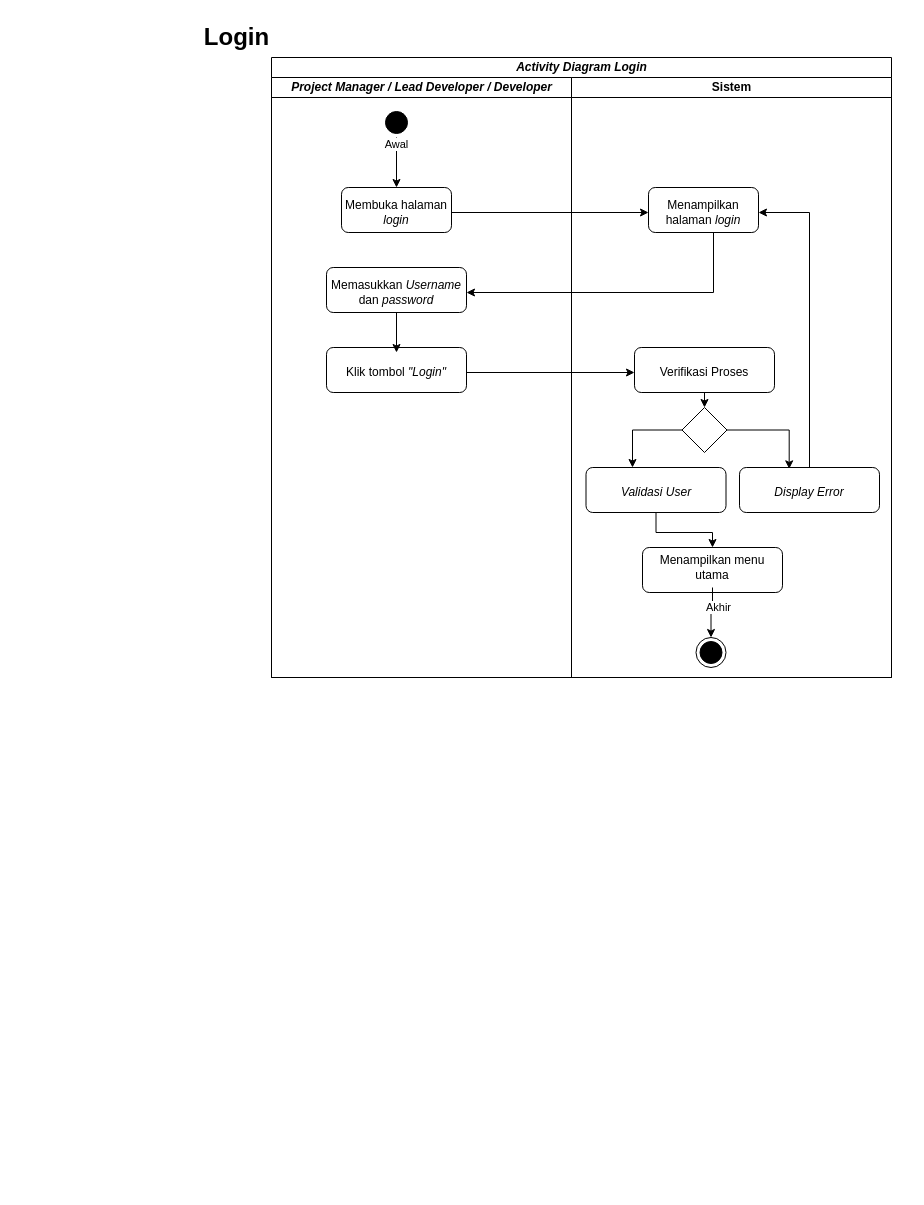
raldawiyahh/alda-resolusi keeps this draw.io diagram as page "Halaman-2" (2 of 9) of Diagram Tanpa Judul.drawio. Above is the earlier version. Source tidied: cells renumbered, new cells numbered last; positions are measured from the earlier drawing's top-left corner, leaving out a move shared by most shapes. Both pictures are drawn from the tidied source at 100%, with x=0, y=0 at pixel (186, 17).
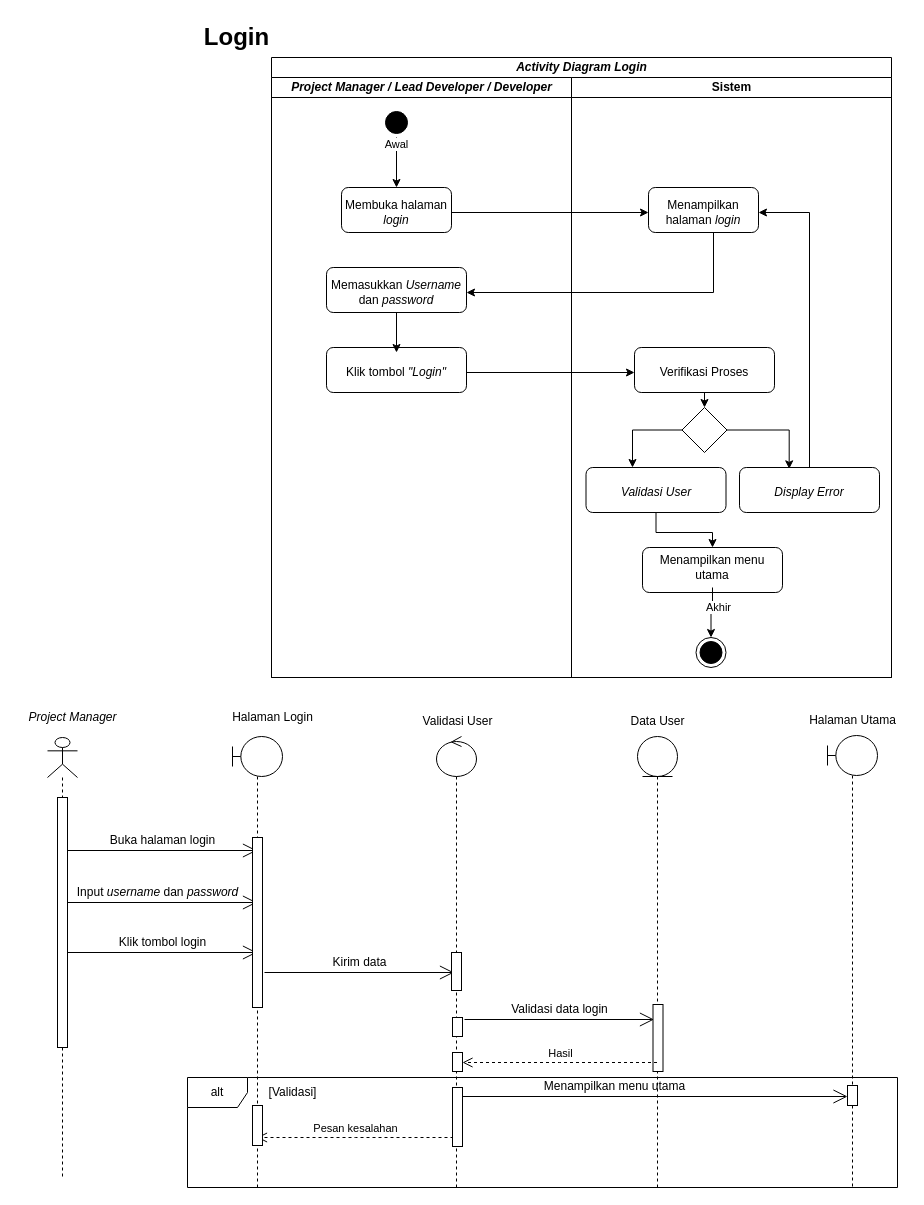
The same diagram, later.

Change to the diagram source:
```diff
@@
+    <mxCell id="46" style="shape=umlLifeline;perimeter=lifelinePerimeter;whiteSpace=wrap;html=1;newEdgeStyle={&quot;edgeStyle&quot;:&quot;elbowEdgeStyle&quot;,&quot;elbow&quot;:&quot;vertical&quot;,&quot;curved&quot;:0,&quot;rounded&quot;:0};participant=umlControl;" parent="1" vertex="1">
+      <mxGeometry x="250" y="719" width="40" height="451" as="geometry" />
+    </mxCell>
+    <mxCell id="47" style="shape=umlLifeline;perimeter=lifelinePerimeter;whiteSpace=wrap;html=1;newEdgeStyle={&quot;edgeStyle&quot;:&quot;elbowEdgeStyle&quot;,&quot;elbow&quot;:&quot;vertical&quot;,&quot;curved&quot;:0,&quot;rounded&quot;:0};participant=umlBoundary;" parent="1" vertex="1">
+      <mxGeometry x="46" y="719" width="50" height="451" as="geometry" />
+    </mxCell>
+    <mxCell id="48" style="shape=umlLifeline;perimeter=lifelinePerimeter;whiteSpace=wrap;html=1;newEdgeStyle={&quot;edgeStyle&quot;:&quot;elbowEdgeStyle&quot;,&quot;elbow&quot;:&quot;vertical&quot;,&quot;curved&quot;:0,&quot;rounded&quot;:0};participant=umlEntity;" parent="1" vertex="1">
+      <mxGeometry x="451" y="719" width="40" height="451" as="geometry" />
+    </mxCell>
@@
+    <mxCell id="49" style="shape=umlLifeline;perimeter=lifelinePerimeter;whiteSpace=wrap;html=1;newEdgeStyle={&quot;edgeStyle&quot;:&quot;elbowEdgeStyle&quot;,&quot;elbow&quot;:&quot;vertical&quot;,&quot;curved&quot;:0,&quot;rounded&quot;:0};participant=umlActor;" parent="1" vertex="1">
+      <mxGeometry x="-139" y="720" width="30" height="440" as="geometry" />
+    </mxCell>
+    <mxCell id="50" style="html=1;perimeter=orthogonalPerimeter;targetShapes=umlLifeline;newEdgeStyle={&quot;edgeStyle&quot;:&quot;elbowEdgeStyle&quot;,&quot;elbow&quot;:&quot;vertical&quot;,&quot;curved&quot;:0,&quot;rounded&quot;:0};" parent="49" vertex="1">
+      <mxGeometry x="10" y="60" width="10" height="250" as="geometry" />
+    </mxCell>
+    <mxCell id="51" value="&lt;i&gt;Project Manager&lt;br&gt;&lt;/i&gt;" style="text;html=1;align=center;verticalAlign=middle;strokeColor=none;fillColor=none;" parent="1" vertex="1">
+      <mxGeometry x="-169" y="685" width="110" height="30" as="geometry" />
+    </mxCell>
+    <mxCell id="52" style="group;" parent="1" vertex="1">
+      <mxGeometry x="-119" y="808" width="189.5" height="30" as="geometry" />
+    </mxCell>
+    <mxCell id="53" style="endArrow=open;endFill=1;endSize=12;html=1;rounded=0;" parent="52" edge="1">
+      <mxGeometry relative="1" as="geometry">
+        <mxPoint y="25" as="sourcePoint" />
+        <mxPoint x="189.5" y="25" as="targetPoint" />
+      </mxGeometry>
+    </mxCell>
+    <mxCell id="54" value="Buka halaman login" style="text;html=1;align=center;verticalAlign=middle;strokeColor=none;fillColor=none;" parent="52" vertex="1">
+      <mxGeometry x="30" width="130" height="30" as="geometry" />
+    </mxCell>
+    <mxCell id="55" style="group;" parent="1" vertex="1">
+      <mxGeometry x="-119" y="860" width="189.5" height="30" as="geometry" />
+    </mxCell>
+    <mxCell id="56" style="endArrow=open;endFill=1;endSize=12;html=1;rounded=0;" parent="55" edge="1">
+      <mxGeometry relative="1" as="geometry">
+        <mxPoint y="25" as="sourcePoint" />
+        <mxPoint x="189.5" y="25" as="targetPoint" />
+      </mxGeometry>
+    </mxCell>
+    <mxCell id="57" value="Input &lt;i&gt;username &lt;/i&gt;dan &lt;i&gt;password&lt;/i&gt;" style="text;html=1;align=center;verticalAlign=middle;strokeColor=none;fillColor=none;" parent="55" vertex="1">
+      <mxGeometry width="180" height="30" as="geometry" />
+    </mxCell>
+    <mxCell id="58" style="group;" parent="1" vertex="1">
+      <mxGeometry x="-119" y="910" width="189.5" height="30" as="geometry" />
+    </mxCell>
+    <mxCell id="59" style="endArrow=open;endFill=1;endSize=12;html=1;rounded=0;" parent="58" edge="1">
+      <mxGeometry relative="1" as="geometry">
+        <mxPoint y="25" as="sourcePoint" />
+        <mxPoint x="189.5" y="25" as="targetPoint" />
+      </mxGeometry>
+    </mxCell>
+    <mxCell id="60" value="Klik tombol login" style="text;html=1;align=center;verticalAlign=middle;strokeColor=none;fillColor=none;" parent="58" vertex="1">
+      <mxGeometry x="40" width="110" height="30" as="geometry" />
+    </mxCell>
+    <mxCell id="61" style="group;" parent="1" vertex="1">
+      <mxGeometry x="78" y="930" width="189.5" height="30" as="geometry" />
+    </mxCell>
+    <mxCell id="62" style="endArrow=open;endFill=1;endSize=12;html=1;rounded=0;" parent="61" edge="1">
+      <mxGeometry relative="1" as="geometry">
+        <mxPoint y="25" as="sourcePoint" />
+        <mxPoint x="189.5" y="25" as="targetPoint" />
+      </mxGeometry>
+    </mxCell>
+    <mxCell id="63" value="Kirim data" style="text;html=1;align=center;verticalAlign=middle;strokeColor=none;fillColor=none;" parent="61" vertex="1">
+      <mxGeometry x="55" width="80" height="30" as="geometry" />
+    </mxCell>
+    <mxCell id="64" style="group;" parent="1" vertex="1">
+      <mxGeometry x="278" y="977" width="199.5" height="80" as="geometry" />
+    </mxCell>
+    <mxCell id="65" style="endArrow=open;endFill=1;endSize=12;html=1;rounded=0;" parent="64" edge="1">
+      <mxGeometry relative="1" as="geometry">
+        <mxPoint y="25" as="sourcePoint" />
+        <mxPoint x="189.5" y="25" as="targetPoint" />
+      </mxGeometry>
+    </mxCell>
+    <mxCell id="66" value="Validasi data login" style="text;html=1;align=center;verticalAlign=middle;strokeColor=none;fillColor=none;" parent="64" vertex="1">
+      <mxGeometry x="35" width="120" height="30" as="geometry" />
+    </mxCell>
+    <mxCell id="67" style="html=1;perimeter=orthogonalPerimeter;targetShapes=umlLifeline;newEdgeStyle={&quot;edgeStyle&quot;:&quot;elbowEdgeStyle&quot;,&quot;elbow&quot;:&quot;vertical&quot;,&quot;curved&quot;:0,&quot;rounded&quot;:0};" parent="64" vertex="1">
+      <mxGeometry x="188.5" y="10" width="10" height="67" as="geometry" />
+    </mxCell>
+    <mxCell id="68" value="Hasil" style="html=1;verticalAlign=bottom;endArrow=open;dashed=1;endSize=8;edgeStyle=elbowEdgeStyle;elbow=vertical;curved=0;rounded=0;" parent="1" edge="1" target="85">
+      <mxGeometry relative="1" as="geometry">
+        <mxPoint x="470.5" y="1045" as="sourcePoint" />
+      </mxGeometry>
+    </mxCell>
+    <mxCell id="69" value="alt" style="shape=umlFrame;whiteSpace=wrap;html=1;" parent="1" vertex="1">
+      <mxGeometry x="1" y="1060" width="710" height="110" as="geometry" />
+    </mxCell>
+    <mxCell id="70" style="group;" parent="1" vertex="1">
+      <mxGeometry x="275" y="1054" width="386" height="30" as="geometry" />
+    </mxCell>
+    <mxCell id="71" style="endArrow=open;endFill=1;endSize=12;html=1;rounded=0;" parent="70" edge="1">
+      <mxGeometry relative="1" as="geometry">
+        <mxPoint y="25" as="sourcePoint" />
+        <mxPoint x="386" y="25" as="targetPoint" />
+      </mxGeometry>
+    </mxCell>
+    <mxCell id="72" value="Menampilkan menu utama" style="text;html=1;align=center;verticalAlign=middle;strokeColor=none;fillColor=none;" parent="70" vertex="1">
+      <mxGeometry x="73" width="160" height="30" as="geometry" />
+    </mxCell>
+    <mxCell id="73" value="Pesan kesalahan" style="html=1;verticalAlign=bottom;endArrow=open;dashed=1;endSize=8;edgeStyle=elbowEdgeStyle;elbow=vertical;curved=0;rounded=0;" parent="1" edge="1">
+      <mxGeometry relative="1" as="geometry">
+        <mxPoint x="267" y="1120" as="sourcePoint" />
+        <mxPoint x="70.5" y="1120" as="targetPoint" />
+      </mxGeometry>
+    </mxCell>
+    <mxCell id="74" value="[Validasi]" style="text;html=1;align=center;verticalAlign=middle;strokeColor=none;fillColor=none;" parent="1" vertex="1">
+      <mxGeometry x="70.5" y="1060" width="70" height="30" as="geometry" />
+    </mxCell>
+    <mxCell id="75" style="html=1;perimeter=orthogonalPerimeter;targetShapes=umlLifeline;newEdgeStyle={&quot;edgeStyle&quot;:&quot;elbowEdgeStyle&quot;,&quot;elbow&quot;:&quot;vertical&quot;,&quot;curved&quot;:0,&quot;rounded&quot;:0};" parent="1" vertex="1">
+      <mxGeometry x="66" y="820" width="10" height="170" as="geometry" />
+    </mxCell>
+    <mxCell id="76" style="html=1;perimeter=orthogonalPerimeter;targetShapes=umlLifeline;newEdgeStyle={&quot;edgeStyle&quot;:&quot;elbowEdgeStyle&quot;,&quot;elbow&quot;:&quot;vertical&quot;,&quot;curved&quot;:0,&quot;rounded&quot;:0};" parent="1" vertex="1">
+      <mxGeometry x="66" y="1088" width="10" height="40" as="geometry" />
+    </mxCell>
+    <mxCell id="77" value="Halaman Login&lt;i&gt;&lt;br&gt;&lt;/i&gt;" style="text;html=1;align=center;verticalAlign=middle;strokeColor=none;fillColor=none;" parent="1" vertex="1">
+      <mxGeometry x="36" y="685" width="100" height="30" as="geometry" />
+    </mxCell>
+    <mxCell id="78" value="Validasi User&lt;i&gt;&lt;br&gt;&lt;/i&gt;" style="text;html=1;align=center;verticalAlign=middle;strokeColor=none;fillColor=none;" parent="1" vertex="1">
+      <mxGeometry x="226" y="689" width="90" height="30" as="geometry" />
+    </mxCell>
+    <mxCell id="79" value="Data User&lt;i&gt;&lt;br&gt;&lt;/i&gt;" style="text;html=1;align=center;verticalAlign=middle;strokeColor=none;fillColor=none;" parent="1" vertex="1">
+      <mxGeometry x="431" y="689" width="80" height="30" as="geometry" />
+    </mxCell>
+    <mxCell id="80" style="shape=umlLifeline;perimeter=lifelinePerimeter;whiteSpace=wrap;html=1;newEdgeStyle={&quot;edgeStyle&quot;:&quot;elbowEdgeStyle&quot;,&quot;elbow&quot;:&quot;vertical&quot;,&quot;curved&quot;:0,&quot;rounded&quot;:0};participant=umlBoundary;" parent="1" vertex="1">
+      <mxGeometry x="641" y="718" width="50" height="451" as="geometry" />
+    </mxCell>
+    <mxCell id="81" style="html=1;perimeter=orthogonalPerimeter;targetShapes=umlLifeline;newEdgeStyle={&quot;edgeStyle&quot;:&quot;elbowEdgeStyle&quot;,&quot;elbow&quot;:&quot;vertical&quot;,&quot;curved&quot;:0,&quot;rounded&quot;:0};" parent="80" vertex="1">
+      <mxGeometry x="20" y="350" width="10" height="20" as="geometry" />
+    </mxCell>
+    <mxCell id="82" value="Halaman Utama&lt;i&gt;&lt;br&gt;&lt;/i&gt;" style="text;html=1;align=center;verticalAlign=middle;strokeColor=none;fillColor=none;" parent="1" vertex="1">
+      <mxGeometry x="611" y="688" width="110" height="30" as="geometry" />
+    </mxCell>
+    <mxCell id="83" style="html=1;perimeter=orthogonalPerimeter;targetShapes=umlLifeline;newEdgeStyle={&quot;edgeStyle&quot;:&quot;elbowEdgeStyle&quot;,&quot;elbow&quot;:&quot;vertical&quot;,&quot;curved&quot;:0,&quot;rounded&quot;:0};" parent="1" vertex="1">
+      <mxGeometry x="265" y="935" width="10" height="38" as="geometry" />
+    </mxCell>
+    <mxCell id="84" style="html=1;perimeter=orthogonalPerimeter;targetShapes=umlLifeline;newEdgeStyle={&quot;edgeStyle&quot;:&quot;elbowEdgeStyle&quot;,&quot;elbow&quot;:&quot;vertical&quot;,&quot;curved&quot;:0,&quot;rounded&quot;:0};" parent="1" vertex="1">
+      <mxGeometry x="266" y="1000" width="10" height="19" as="geometry" />
+    </mxCell>
+    <mxCell id="85" style="html=1;points=[];perimeter=orthogonalPerimeter;outlineConnect=0;targetShapes=umlLifeline;portConstraint=eastwest;newEdgeStyle={&quot;edgeStyle&quot;:&quot;elbowEdgeStyle&quot;,&quot;elbow&quot;:&quot;vertical&quot;,&quot;curved&quot;:0,&quot;rounded&quot;:0};" parent="1" vertex="1">
+      <mxGeometry x="266" y="1035" width="10" height="19" as="geometry" />
+    </mxCell>
+    <mxCell id="86" style="html=1;perimeter=orthogonalPerimeter;targetShapes=umlLifeline;newEdgeStyle={&quot;edgeStyle&quot;:&quot;elbowEdgeStyle&quot;,&quot;elbow&quot;:&quot;vertical&quot;,&quot;curved&quot;:0,&quot;rounded&quot;:0};" parent="1" vertex="1">
+      <mxGeometry x="266" y="1070" width="10" height="59" as="geometry" />
+    </mxCell>
```
